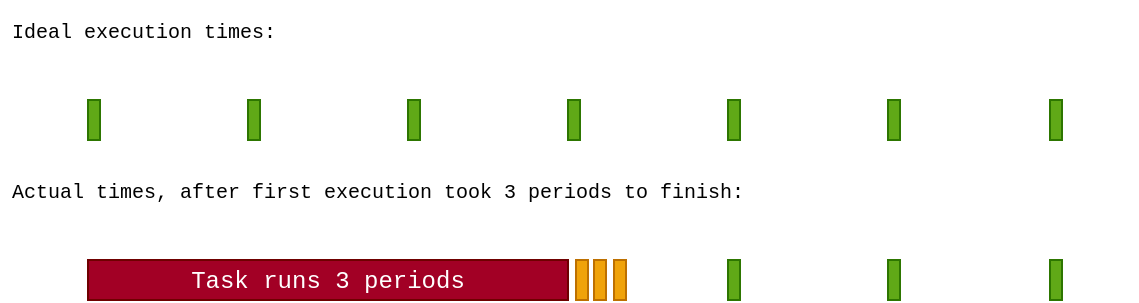
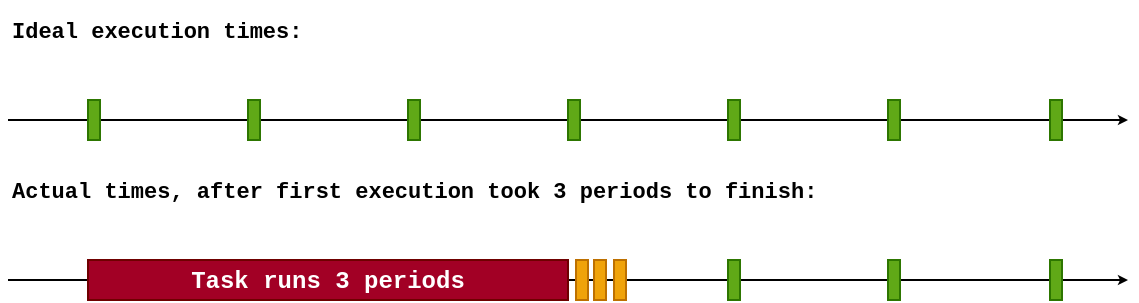
<mxfile host="Electron" agent="Mozilla/5.0 (Macintosh; Intel Mac OS X 10_15_7) AppleWebKit/537.36 (KHTML, like Gecko) draw.io/29.0.3 Chrome/140.0.7339.249 Electron/38.7.0 Safari/537.36" version="29.0.3">
  <diagram name="Page-1" id="5nJHkIAeIIt3vIOJ5f4q">
-     <mxGraphModel dx="1811" dy="580" grid="1" gridSize="10" guides="1" tooltips="1" connect="1" arrows="1" fold="1" page="1" pageScale="1" pageWidth="827" pageHeight="1169" math="0" shadow="0">
+     <mxGraphModel dx="2008" dy="697" grid="1" gridSize="10" guides="1" tooltips="1" connect="1" arrows="1" fold="1" page="1" pageScale="1" pageWidth="827" pageHeight="1169" math="0" shadow="0">
      <root>
        <mxCell id="0" />
        <mxCell id="1" parent="0" />
-         <mxCell id="reIAkX-o64r625ZqEnyy-7" value="" style="endArrow=classic;html=1;rounded=0;fillColor=#f5f5f5;strokeColor=#FFFFFF;strokeWidth=1;curved=0;startArrow=none;startFill=0;endFill=1;endSize=2;" edge="1" parent="1">
+         <mxCell id="reIAkX-o64r625ZqEnyy-7" value="" style="endArrow=classic;html=1;rounded=0;fillColor=#f5f5f5;strokeColor=#000000;strokeWidth=1;curved=0;startArrow=none;startFill=0;endFill=1;endSize=2;" parent="1" edge="1">
          <mxGeometry width="50" height="50" relative="1" as="geometry">
            <mxPoint y="120" as="sourcePoint" />
            <mxPoint x="560" y="120" as="targetPoint" />
          </mxGeometry>
        </mxCell>
-         <mxCell id="reIAkX-o64r625ZqEnyy-15" value="" style="endArrow=classic;html=1;rounded=0;fillColor=#f5f5f5;strokeColor=#FFFFFF;strokeWidth=1;curved=0;startArrow=none;startFill=0;endFill=1;endSize=2;" edge="1" parent="1">
+         <mxCell id="reIAkX-o64r625ZqEnyy-15" value="" style="endArrow=classic;html=1;rounded=0;fillColor=#f5f5f5;strokeColor=#000000;strokeWidth=1;curved=0;startArrow=none;startFill=0;endFill=1;endSize=2;" parent="1" edge="1">
          <mxGeometry width="50" height="50" relative="1" as="geometry">
            <mxPoint y="200" as="sourcePoint" />
            <mxPoint x="560" y="200" as="targetPoint" />
          </mxGeometry>
        </mxCell>
-         <mxCell id="reIAkX-o64r625ZqEnyy-19" value="&lt;font face=&quot;Courier New&quot;&gt;Task runs 3 periods&lt;/font&gt;" style="rounded=0;whiteSpace=wrap;html=1;fillColor=#a20025;strokeColor=#6F0000;fontColor=#ffffff;" vertex="1" parent="1">
+         <mxCell id="reIAkX-o64r625ZqEnyy-19" value="&lt;font face=&quot;Courier New&quot;&gt;&lt;b&gt;Task runs 3 periods&lt;/b&gt;&lt;/font&gt;" style="rounded=0;whiteSpace=wrap;html=1;fillColor=#a20025;strokeColor=#6F0000;fontColor=#ffffff;" parent="1" vertex="1">
          <mxGeometry x="40" y="190" width="240" height="20" as="geometry" />
        </mxCell>
-         <mxCell id="reIAkX-o64r625ZqEnyy-23" value="" style="rounded=0;whiteSpace=wrap;html=1;fillColor=#f0a30a;fontColor=#000000;strokeColor=#BD7000;" vertex="1" parent="1">
+         <mxCell id="reIAkX-o64r625ZqEnyy-23" value="" style="rounded=0;whiteSpace=wrap;html=1;fillColor=#f0a30a;fontColor=#000000;strokeColor=#BD7000;" parent="1" vertex="1">
          <mxGeometry x="284" y="190" width="6" height="20" as="geometry" />
        </mxCell>
-         <mxCell id="reIAkX-o64r625ZqEnyy-27" value="" style="rounded=0;whiteSpace=wrap;html=1;fillColor=#f0a30a;fontColor=#000000;strokeColor=#BD7000;" vertex="1" parent="1">
+         <mxCell id="reIAkX-o64r625ZqEnyy-27" value="" style="rounded=0;whiteSpace=wrap;html=1;fillColor=#f0a30a;fontColor=#000000;strokeColor=#BD7000;" parent="1" vertex="1">
          <mxGeometry x="303" y="190" width="6" height="20" as="geometry" />
        </mxCell>
-         <mxCell id="reIAkX-o64r625ZqEnyy-28" value="" style="rounded=0;whiteSpace=wrap;html=1;fillColor=#f0a30a;fontColor=#000000;strokeColor=#BD7000;" vertex="1" parent="1">
+         <mxCell id="reIAkX-o64r625ZqEnyy-28" value="" style="rounded=0;whiteSpace=wrap;html=1;fillColor=#f0a30a;fontColor=#000000;strokeColor=#BD7000;" parent="1" vertex="1">
          <mxGeometry x="293" y="190" width="6" height="20" as="geometry" />
        </mxCell>
-         <mxCell id="reIAkX-o64r625ZqEnyy-29" value="" style="rounded=0;whiteSpace=wrap;html=1;fillColor=#60a917;fontColor=#ffffff;strokeColor=#2D7600;" vertex="1" parent="1">
+         <mxCell id="reIAkX-o64r625ZqEnyy-29" value="" style="rounded=0;whiteSpace=wrap;html=1;fillColor=#60a917;fontColor=#ffffff;strokeColor=#2D7600;" parent="1" vertex="1">
          <mxGeometry x="440" y="190" width="6" height="20" as="geometry" />
        </mxCell>
-         <mxCell id="reIAkX-o64r625ZqEnyy-30" value="" style="rounded=0;whiteSpace=wrap;html=1;fillColor=#60a917;fontColor=#ffffff;strokeColor=#2D7600;" vertex="1" parent="1">
+         <mxCell id="reIAkX-o64r625ZqEnyy-30" value="" style="rounded=0;whiteSpace=wrap;html=1;fillColor=#60a917;fontColor=#ffffff;strokeColor=#2D7600;" parent="1" vertex="1">
          <mxGeometry x="360" y="190" width="6" height="20" as="geometry" />
        </mxCell>
-         <mxCell id="reIAkX-o64r625ZqEnyy-31" value="" style="rounded=0;whiteSpace=wrap;html=1;fillColor=#60a917;fontColor=#ffffff;strokeColor=#2D7600;" vertex="1" parent="1">
+         <mxCell id="reIAkX-o64r625ZqEnyy-31" value="" style="rounded=0;whiteSpace=wrap;html=1;fillColor=#60a917;fontColor=#ffffff;strokeColor=#2D7600;" parent="1" vertex="1">
          <mxGeometry x="521" y="190" width="6" height="20" as="geometry" />
        </mxCell>
-         <mxCell id="reIAkX-o64r625ZqEnyy-39" value="&lt;font face=&quot;Courier New&quot; style=&quot;font-size: 10px;&quot;&gt;Ideal execution times:&lt;/font&gt;" style="text;html=1;whiteSpace=wrap;strokeColor=none;fillColor=none;align=left;verticalAlign=middle;rounded=0;" vertex="1" parent="1">
+         <mxCell id="reIAkX-o64r625ZqEnyy-39" value="&lt;font face=&quot;Courier New&quot; style=&quot;font-size: 11px;&quot;&gt;&lt;b style=&quot;&quot;&gt;Ideal execution times:&lt;/b&gt;&lt;/font&gt;" style="text;html=1;whiteSpace=wrap;strokeColor=none;fillColor=none;align=left;verticalAlign=middle;rounded=0;" parent="1" vertex="1">
          <mxGeometry y="60" width="172" height="30" as="geometry" />
        </mxCell>
-         <mxCell id="reIAkX-o64r625ZqEnyy-40" value="&lt;font face=&quot;Courier New&quot; style=&quot;font-size: 10px;&quot;&gt;Actual times, after first execution took 3 periods to finish:&lt;/font&gt;" style="text;html=1;whiteSpace=wrap;strokeColor=none;fillColor=none;align=left;verticalAlign=middle;rounded=0;" vertex="1" parent="1">
+         <mxCell id="reIAkX-o64r625ZqEnyy-40" value="&lt;font face=&quot;Courier New&quot; style=&quot;font-size: 11px;&quot;&gt;&lt;b style=&quot;&quot;&gt;Actual times, after first execution took 3 periods to finish:&lt;/b&gt;&lt;/font&gt;" style="text;html=1;whiteSpace=wrap;strokeColor=none;fillColor=none;align=left;verticalAlign=middle;rounded=0;" parent="1" vertex="1">
          <mxGeometry y="140" width="540" height="30" as="geometry" />
        </mxCell>
-         <mxCell id="reIAkX-o64r625ZqEnyy-41" value="" style="rounded=0;whiteSpace=wrap;html=1;fillColor=#60a917;fontColor=#ffffff;strokeColor=#2D7600;" vertex="1" parent="1">
+         <mxCell id="reIAkX-o64r625ZqEnyy-41" value="" style="rounded=0;whiteSpace=wrap;html=1;fillColor=#60a917;fontColor=#ffffff;strokeColor=#2D7600;" parent="1" vertex="1">
          <mxGeometry x="40" y="110" width="6" height="20" as="geometry" />
        </mxCell>
-         <mxCell id="reIAkX-o64r625ZqEnyy-45" value="" style="rounded=0;whiteSpace=wrap;html=1;fillColor=#60a917;fontColor=#ffffff;strokeColor=#2D7600;" vertex="1" parent="1">
+         <mxCell id="reIAkX-o64r625ZqEnyy-45" value="" style="rounded=0;whiteSpace=wrap;html=1;fillColor=#60a917;fontColor=#ffffff;strokeColor=#2D7600;" parent="1" vertex="1">
          <mxGeometry x="120" y="110" width="6" height="20" as="geometry" />
        </mxCell>
-         <mxCell id="reIAkX-o64r625ZqEnyy-46" value="" style="rounded=0;whiteSpace=wrap;html=1;fillColor=#60a917;fontColor=#ffffff;strokeColor=#2D7600;" vertex="1" parent="1">
+         <mxCell id="reIAkX-o64r625ZqEnyy-46" value="" style="rounded=0;whiteSpace=wrap;html=1;fillColor=#60a917;fontColor=#ffffff;strokeColor=#2D7600;" parent="1" vertex="1">
          <mxGeometry x="200" y="110" width="6" height="20" as="geometry" />
        </mxCell>
-         <mxCell id="reIAkX-o64r625ZqEnyy-47" value="" style="rounded=0;whiteSpace=wrap;html=1;fillColor=#60a917;fontColor=#ffffff;strokeColor=#2D7600;" vertex="1" parent="1">
+         <mxCell id="reIAkX-o64r625ZqEnyy-47" value="" style="rounded=0;whiteSpace=wrap;html=1;fillColor=#60a917;fontColor=#ffffff;strokeColor=#2D7600;" parent="1" vertex="1">
          <mxGeometry x="280" y="110" width="6" height="20" as="geometry" />
        </mxCell>
-         <mxCell id="reIAkX-o64r625ZqEnyy-48" value="" style="rounded=0;whiteSpace=wrap;html=1;fillColor=#60a917;fontColor=#ffffff;strokeColor=#2D7600;" vertex="1" parent="1">
+         <mxCell id="reIAkX-o64r625ZqEnyy-48" value="" style="rounded=0;whiteSpace=wrap;html=1;fillColor=#60a917;fontColor=#ffffff;strokeColor=#2D7600;" parent="1" vertex="1">
          <mxGeometry x="360" y="110" width="6" height="20" as="geometry" />
        </mxCell>
-         <mxCell id="reIAkX-o64r625ZqEnyy-49" value="" style="rounded=0;whiteSpace=wrap;html=1;fillColor=#60a917;fontColor=#ffffff;strokeColor=#2D7600;" vertex="1" parent="1">
+         <mxCell id="reIAkX-o64r625ZqEnyy-49" value="" style="rounded=0;whiteSpace=wrap;html=1;fillColor=#60a917;fontColor=#ffffff;strokeColor=#2D7600;" parent="1" vertex="1">
          <mxGeometry x="440" y="110" width="6" height="20" as="geometry" />
        </mxCell>
-         <mxCell id="reIAkX-o64r625ZqEnyy-50" value="" style="rounded=0;whiteSpace=wrap;html=1;fillColor=#60a917;fontColor=#ffffff;strokeColor=#2D7600;" vertex="1" parent="1">
+         <mxCell id="reIAkX-o64r625ZqEnyy-50" value="" style="rounded=0;whiteSpace=wrap;html=1;fillColor=#60a917;fontColor=#ffffff;strokeColor=#2D7600;" parent="1" vertex="1">
          <mxGeometry x="521" y="110" width="6" height="20" as="geometry" />
        </mxCell>
      </root>
    </mxGraphModel>
  </diagram>
</mxfile>
